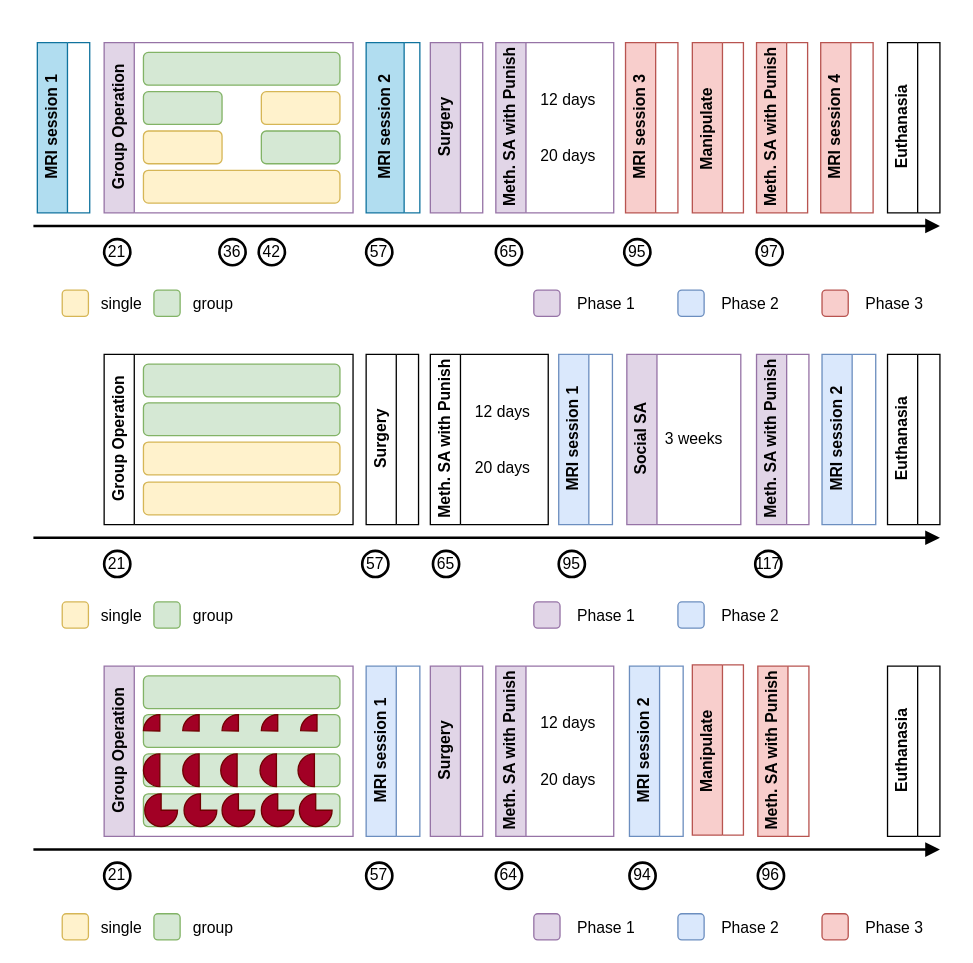
Ernest861/demo keeps this draw.io diagram as Social_Protocol_Timeline.drawio. Above is the earlier version. Source tidied: cells renumbered, new cells numbered last; positions are measured from the earlier drawing's top-left corner, leaving out a move shared by most shapes. Both pictures are drawn from the tidied source at 131%, with x=0, y=0 at pixel (33, 42).
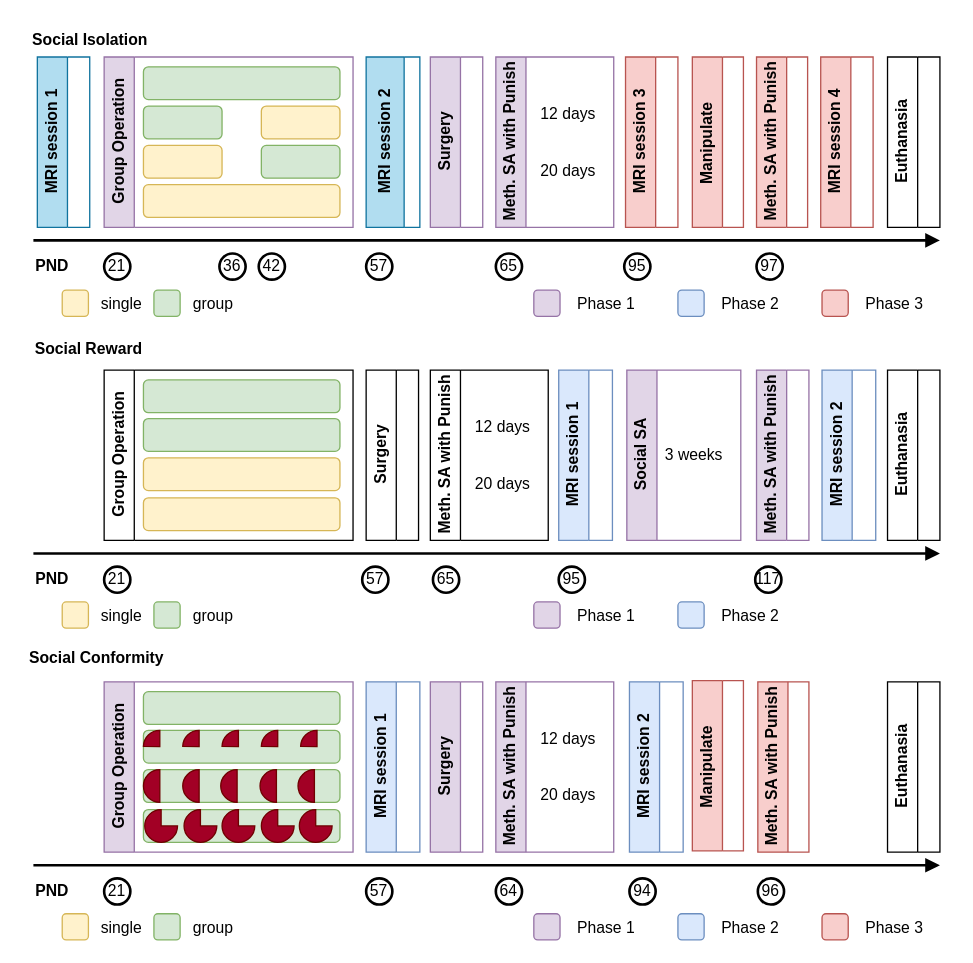
After the change.

Change to the diagram source:
```diff
@@
     <mxCell id="2" style="endArrow=block;html=1;rounded=0;endFill=1;strokeWidth=2;" parent="1" edge="1">
       <mxGeometry relative="1" as="geometry">
-        <mxPoint y="140" as="sourcePoint" />
-        <mxPoint x="692" y="140" as="targetPoint" />
+        <mxPoint y="151" as="sourcePoint" />
+        <mxPoint x="692" y="151" as="targetPoint" />
       </mxGeometry>
     </mxCell>
     <mxCell id="3" value="Group Operation" style="swimlane;horizontal=0;whiteSpace=wrap;html=1;fillColor=#e1d5e7;strokeColor=#9673a6;" parent="1" vertex="1">
-      <mxGeometry x="54" width="190" height="130" as="geometry" />
+      <mxGeometry x="54" y="11" width="190" height="130" as="geometry" />
     </mxCell>
@@
     <mxCell id="10" value="21" style="ellipse;whiteSpace=wrap;html=1;strokeWidth=2;" parent="1" vertex="1">
-      <mxGeometry x="54" y="150" width="20" height="20" as="geometry" />
+      <mxGeometry x="54" y="161" width="20" height="20" as="geometry" />
     </mxCell>
     <mxCell id="11" value="57" style="ellipse;whiteSpace=wrap;html=1;strokeWidth=2;" parent="1" vertex="1">
-      <mxGeometry x="254" y="150" width="20" height="20" as="geometry" />
+      <mxGeometry x="254" y="161" width="20" height="20" as="geometry" />
     </mxCell>
     <mxCell id="12" value="Surgery" style="swimlane;horizontal=0;whiteSpace=wrap;html=1;fillColor=#e1d5e7;strokeColor=#9673a6;" parent="1" vertex="1">
-      <mxGeometry x="303" width="40" height="130" as="geometry" />
+      <mxGeometry x="303" y="11" width="40" height="130" as="geometry" />
     </mxCell>
     <mxCell id="13" value="Meth. SA with Punish" style="swimlane;horizontal=0;whiteSpace=wrap;html=1;fillColor=#e1d5e7;strokeColor=#9673a6;" parent="1" vertex="1">
-      <mxGeometry x="353" width="90" height="130" as="geometry" />
+      <mxGeometry x="353" y="11" width="90" height="130" as="geometry" />
     </mxCell>
@@
     <mxCell id="15" value="MRI session 1" style="swimlane;horizontal=0;whiteSpace=wrap;html=1;fillColor=#b1ddf0;strokeColor=#10739e;" parent="1" vertex="1">
-      <mxGeometry x="3" width="40" height="130" as="geometry" />
+      <mxGeometry x="3" y="11" width="40" height="130" as="geometry" />
     </mxCell>
     <mxCell id="16" value="MRI session 3" style="swimlane;horizontal=0;whiteSpace=wrap;html=1;fillColor=#f8cecc;strokeColor=#b85450;" parent="1" vertex="1">
-      <mxGeometry x="452" width="40" height="130" as="geometry" />
+      <mxGeometry x="452" y="11" width="40" height="130" as="geometry" />
     </mxCell>
     <mxCell id="17" value="95" style="ellipse;whiteSpace=wrap;html=1;strokeWidth=2;" parent="1" vertex="1">
-      <mxGeometry x="451" y="150" width="20" height="20" as="geometry" />
+      <mxGeometry x="451" y="161" width="20" height="20" as="geometry" />
     </mxCell>
     <mxCell id="18" value="MRI session 2" style="swimlane;horizontal=0;whiteSpace=wrap;html=1;fillColor=#b1ddf0;strokeColor=#10739e;startSize=29;" parent="1" vertex="1">
-      <mxGeometry x="254" width="41" height="130" as="geometry" />
+      <mxGeometry x="254" y="11" width="41" height="130" as="geometry" />
     </mxCell>
     <mxCell id="19" value="Manipulate&amp;nbsp;" style="swimlane;horizontal=0;whiteSpace=wrap;html=1;fillColor=#f8cecc;strokeColor=#b85450;" parent="1" vertex="1">
-      <mxGeometry x="503" width="39" height="130" as="geometry" />
+      <mxGeometry x="503" y="11" width="39" height="130" as="geometry" />
     </mxCell>
     <mxCell id="20" value="MRI session 4" style="swimlane;horizontal=0;whiteSpace=wrap;html=1;fillColor=#f8cecc;strokeColor=#b85450;" parent="1" vertex="1">
-      <mxGeometry x="601" width="40" height="130" as="geometry" />
+      <mxGeometry x="601" y="11" width="40" height="130" as="geometry" />
     </mxCell>
     <mxCell id="21" value="97" style="ellipse;whiteSpace=wrap;html=1;strokeWidth=2;" parent="1" vertex="1">
-      <mxGeometry x="552" y="150" width="20" height="20" as="geometry" />
+      <mxGeometry x="552" y="161" width="20" height="20" as="geometry" />
     </mxCell>
     <mxCell id="22" value="Meth. SA with Punish" style="swimlane;horizontal=0;whiteSpace=wrap;html=1;fillColor=#f8cecc;strokeColor=#b85450;" parent="1" vertex="1">
-      <mxGeometry x="552" width="39" height="130" as="geometry" />
+      <mxGeometry x="552" y="11" width="39" height="130" as="geometry" />
     </mxCell>
     <mxCell id="23" value="Euthanasia" style="swimlane;horizontal=0;whiteSpace=wrap;html=1;" parent="1" vertex="1">
-      <mxGeometry x="652" width="40" height="130" as="geometry" />
+      <mxGeometry x="652" y="11" width="40" height="130" as="geometry" />
     </mxCell>
     <mxCell id="24" value="65" style="ellipse;whiteSpace=wrap;html=1;strokeWidth=2;" parent="1" vertex="1">
-      <mxGeometry x="353" y="150" width="20" height="20" as="geometry" />
+      <mxGeometry x="353" y="161" width="20" height="20" as="geometry" />
     </mxCell>
@@
     <mxCell id="35" style="endArrow=block;html=1;rounded=0;endFill=1;strokeWidth=2;" parent="1" edge="1">
       <mxGeometry relative="1" as="geometry">
-        <mxPoint y="378" as="sourcePoint" />
-        <mxPoint x="692" y="378" as="targetPoint" />
+        <mxPoint y="390" as="sourcePoint" />
+        <mxPoint x="692" y="390" as="targetPoint" />
       </mxGeometry>
     </mxCell>
     <mxCell id="36" value="Group Operation" style="swimlane;horizontal=0;whiteSpace=wrap;html=1;" parent="1" vertex="1">
-      <mxGeometry x="54" y="238" width="190" height="130" as="geometry" />
+      <mxGeometry x="54" y="250" width="190" height="130" as="geometry" />
     </mxCell>
@@
     <mxCell id="41" value="21" style="ellipse;whiteSpace=wrap;html=1;strokeWidth=2;" parent="1" vertex="1">
-      <mxGeometry x="54" y="388" width="20" height="20" as="geometry" />
+      <mxGeometry x="54" y="400" width="20" height="20" as="geometry" />
     </mxCell>
     <mxCell id="42" value="57" style="ellipse;whiteSpace=wrap;html=1;strokeWidth=2;" parent="1" vertex="1">
-      <mxGeometry x="251" y="388" width="20" height="20" as="geometry" />
+      <mxGeometry x="251" y="400" width="20" height="20" as="geometry" />
     </mxCell>
     <mxCell id="43" value="Surgery" style="swimlane;horizontal=0;whiteSpace=wrap;html=1;" parent="1" vertex="1">
-      <mxGeometry x="254" y="238" width="40" height="130" as="geometry" />
+      <mxGeometry x="254" y="250" width="40" height="130" as="geometry" />
     </mxCell>
     <mxCell id="44" value="Social SA" style="swimlane;horizontal=0;whiteSpace=wrap;html=1;fillColor=#e1d5e7;strokeColor=#9673a6;" parent="1" vertex="1">
-      <mxGeometry x="453" y="238" width="87" height="130" as="geometry" />
+      <mxGeometry x="453" y="250" width="87" height="130" as="geometry" />
     </mxCell>
@@
     <mxCell id="46" value="95" style="ellipse;whiteSpace=wrap;html=1;strokeWidth=2;" parent="1" vertex="1">
-      <mxGeometry x="401" y="388" width="20" height="20" as="geometry" />
+      <mxGeometry x="401" y="400" width="20" height="20" as="geometry" />
     </mxCell>
     <mxCell id="47" value="Euthanasia" style="swimlane;horizontal=0;whiteSpace=wrap;html=1;" parent="1" vertex="1">
-      <mxGeometry x="652" y="238" width="40" height="130" as="geometry" />
+      <mxGeometry x="652" y="250" width="40" height="130" as="geometry" />
     </mxCell>
@@
     <mxCell id="56" value="42" style="ellipse;whiteSpace=wrap;html=1;strokeWidth=2;" parent="1" vertex="1">
-      <mxGeometry x="172" y="150" width="20" height="20" as="geometry" />
+      <mxGeometry x="172" y="161" width="20" height="20" as="geometry" />
     </mxCell>
     <mxCell id="57" value="36" style="ellipse;whiteSpace=wrap;html=1;strokeWidth=2;" parent="1" vertex="1">
-      <mxGeometry x="142" y="150" width="20" height="20" as="geometry" />
+      <mxGeometry x="142" y="161" width="20" height="20" as="geometry" />
     </mxCell>
     <mxCell id="58" value="MRI session 1" style="swimlane;horizontal=0;whiteSpace=wrap;html=1;fillColor=#dae8fc;strokeColor=#6c8ebf;" parent="1" vertex="1">
-      <mxGeometry x="401" y="238" width="41" height="130" as="geometry" />
+      <mxGeometry x="401" y="250" width="41" height="130" as="geometry" />
     </mxCell>
     <mxCell id="59" style="endArrow=block;html=1;rounded=0;endFill=1;strokeWidth=2;" parent="1" edge="1">
       <mxGeometry relative="1" as="geometry">
-        <mxPoint y="616" as="sourcePoint" />
-        <mxPoint x="692" y="616" as="targetPoint" />
+        <mxPoint y="628" as="sourcePoint" />
+        <mxPoint x="692" y="628" as="targetPoint" />
       </mxGeometry>
     </mxCell>
     <mxCell id="60" value="Group Operation" style="swimlane;horizontal=0;whiteSpace=wrap;html=1;fillColor=#e1d5e7;strokeColor=#9673a6;" parent="1" vertex="1">
-      <mxGeometry x="54" y="476" width="190" height="130" as="geometry" />
+      <mxGeometry x="54" y="488" width="190" height="130" as="geometry" />
     </mxCell>
@@
     <mxCell id="83" value="21" style="ellipse;whiteSpace=wrap;html=1;strokeWidth=2;" parent="1" vertex="1">
-      <mxGeometry x="54" y="626" width="20" height="20" as="geometry" />
+      <mxGeometry x="54" y="638" width="20" height="20" as="geometry" />
     </mxCell>
     <mxCell id="84" value="57" style="ellipse;whiteSpace=wrap;html=1;strokeWidth=2;" parent="1" vertex="1">
-      <mxGeometry x="254" y="626" width="20" height="20" as="geometry" />
+      <mxGeometry x="254" y="638" width="20" height="20" as="geometry" />
     </mxCell>
     <mxCell id="85" value="64" style="ellipse;whiteSpace=wrap;html=1;strokeWidth=2;" parent="1" vertex="1">
-      <mxGeometry x="353" y="626" width="20" height="20" as="geometry" />
+      <mxGeometry x="353" y="638" width="20" height="20" as="geometry" />
     </mxCell>
     <mxCell id="86" value="94" style="ellipse;whiteSpace=wrap;html=1;strokeWidth=2;" parent="1" vertex="1">
-      <mxGeometry x="455" y="626" width="20" height="20" as="geometry" />
+      <mxGeometry x="455" y="638" width="20" height="20" as="geometry" />
     </mxCell>
     <mxCell id="87" value="MRI session 1" style="swimlane;horizontal=0;whiteSpace=wrap;html=1;fillColor=#dae8fc;strokeColor=#6c8ebf;" parent="1" vertex="1">
-      <mxGeometry x="254" y="476" width="41" height="130" as="geometry" />
+      <mxGeometry x="254" y="488" width="41" height="130" as="geometry" />
     </mxCell>
     <mxCell id="88" value="96" style="ellipse;whiteSpace=wrap;html=1;strokeWidth=2;" parent="1" vertex="1">
-      <mxGeometry x="553" y="626" width="20" height="20" as="geometry" />
+      <mxGeometry x="553" y="638" width="20" height="20" as="geometry" />
     </mxCell>
     <mxCell id="89" value="Meth. SA with Punish" style="swimlane;horizontal=0;whiteSpace=wrap;html=1;fillColor=#f8cecc;strokeColor=#b85450;" parent="1" vertex="1">
-      <mxGeometry x="553" y="476" width="39" height="130" as="geometry" />
+      <mxGeometry x="553" y="488" width="39" height="130" as="geometry" />
     </mxCell>
     <mxCell id="90" value="Euthanasia" style="swimlane;horizontal=0;whiteSpace=wrap;html=1;" parent="1" vertex="1">
-      <mxGeometry x="652" y="476" width="40" height="130" as="geometry" />
+      <mxGeometry x="652" y="488" width="40" height="130" as="geometry" />
     </mxCell>
@@
     <mxCell id="99" value="MRI session 2" style="swimlane;horizontal=0;whiteSpace=wrap;html=1;fillColor=#dae8fc;strokeColor=#6c8ebf;" parent="1" vertex="1">
-      <mxGeometry x="455" y="476" width="41" height="130" as="geometry" />
+      <mxGeometry x="455" y="488" width="41" height="130" as="geometry" />
     </mxCell>
     <mxCell id="100" value="Meth. SA with Punish" style="swimlane;horizontal=0;whiteSpace=wrap;html=1;fillColor=#e1d5e7;strokeColor=#9673a6;" parent="1" vertex="1">
-      <mxGeometry x="552" y="238" width="40" height="130" as="geometry" />
+      <mxGeometry x="552" y="250" width="40" height="130" as="geometry" />
     </mxCell>
     <mxCell id="101" value="117" style="ellipse;whiteSpace=wrap;html=1;strokeWidth=2;" parent="1" vertex="1">
-      <mxGeometry x="551" y="388" width="20" height="20" as="geometry" />
+      <mxGeometry x="551" y="400" width="20" height="20" as="geometry" />
     </mxCell>
     <mxCell id="102" value="MRI session 2" style="swimlane;horizontal=0;whiteSpace=wrap;html=1;fillColor=#dae8fc;strokeColor=#6c8ebf;" parent="1" vertex="1">
-      <mxGeometry x="602" y="238" width="41" height="130" as="geometry" />
+      <mxGeometry x="602" y="250" width="41" height="130" as="geometry" />
     </mxCell>
     <mxCell id="103" value="Meth. SA with Punish" style="swimlane;horizontal=0;whiteSpace=wrap;html=1;" parent="1" vertex="1">
-      <mxGeometry x="303" y="238" width="90" height="130" as="geometry" />
+      <mxGeometry x="303" y="250" width="90" height="130" as="geometry" />
     </mxCell>
@@
     <mxCell id="105" value="65" style="ellipse;whiteSpace=wrap;html=1;strokeWidth=2;" parent="1" vertex="1">
-      <mxGeometry x="305" y="388" width="20" height="20" as="geometry" />
+      <mxGeometry x="305" y="400" width="20" height="20" as="geometry" />
     </mxCell>
     <mxCell id="106" value="Surgery" style="swimlane;horizontal=0;whiteSpace=wrap;html=1;fillColor=#e1d5e7;strokeColor=#9673a6;" parent="1" vertex="1">
-      <mxGeometry x="303" y="476" width="40" height="130" as="geometry" />
+      <mxGeometry x="303" y="488" width="40" height="130" as="geometry" />
     </mxCell>
     <mxCell id="107" value="Meth. SA with Punish" style="swimlane;horizontal=0;whiteSpace=wrap;html=1;fillColor=#e1d5e7;strokeColor=#9673a6;" parent="1" vertex="1">
-      <mxGeometry x="353" y="476" width="90" height="130" as="geometry" />
+      <mxGeometry x="353" y="488" width="90" height="130" as="geometry" />
     </mxCell>
@@
     <mxCell id="109" value="Manipulate&amp;nbsp;" style="swimlane;horizontal=0;whiteSpace=wrap;html=1;fillColor=#f8cecc;strokeColor=#b85450;" parent="1" vertex="1">
-      <mxGeometry x="503" y="475" width="39" height="130" as="geometry" />
+      <mxGeometry x="503" y="487" width="39" height="130" as="geometry" />
     </mxCell>
@@
+    <mxCell id="112" value="PND" style="text;html=1;align=center;verticalAlign=middle;strokeColor=none;fillColor=none;fontStyle=1;" parent="1" vertex="1">
+      <mxGeometry x="-8" y="158" width="43" height="26" as="geometry" />
+    </mxCell>
+    <mxCell id="113" value="PND" style="text;html=1;align=center;verticalAlign=middle;strokeColor=none;fillColor=none;fontStyle=1;" parent="1" vertex="1">
+      <mxGeometry x="-8" y="397" width="43" height="26" as="geometry" />
+    </mxCell>
+    <mxCell id="114" value="PND" style="text;html=1;align=center;verticalAlign=middle;strokeColor=none;fillColor=none;fontStyle=1;" parent="1" vertex="1">
+      <mxGeometry x="-8" y="635" width="43" height="26" as="geometry" />
+    </mxCell>
+    <mxCell id="115" value="Social Isolation" style="text;html=1;align=center;verticalAlign=middle;strokeColor=none;fillColor=none;fontStyle=1;" parent="1" vertex="1">
+      <mxGeometry x="-7" y="-15" width="99" height="26" as="geometry" />
+    </mxCell>
+    <mxCell id="116" value="Social Reward" style="text;html=1;align=center;verticalAlign=middle;strokeColor=none;fillColor=none;fontStyle=1;" parent="1" vertex="1">
+      <mxGeometry x="-6" y="221" width="95" height="26" as="geometry" />
+    </mxCell>
+    <mxCell id="117" value="Social Conformity" style="text;html=1;align=center;verticalAlign=middle;strokeColor=none;fillColor=none;fontStyle=1;" parent="1" vertex="1">
+      <mxGeometry x="-8" y="457" width="112" height="26" as="geometry" />
+    </mxCell>
```
